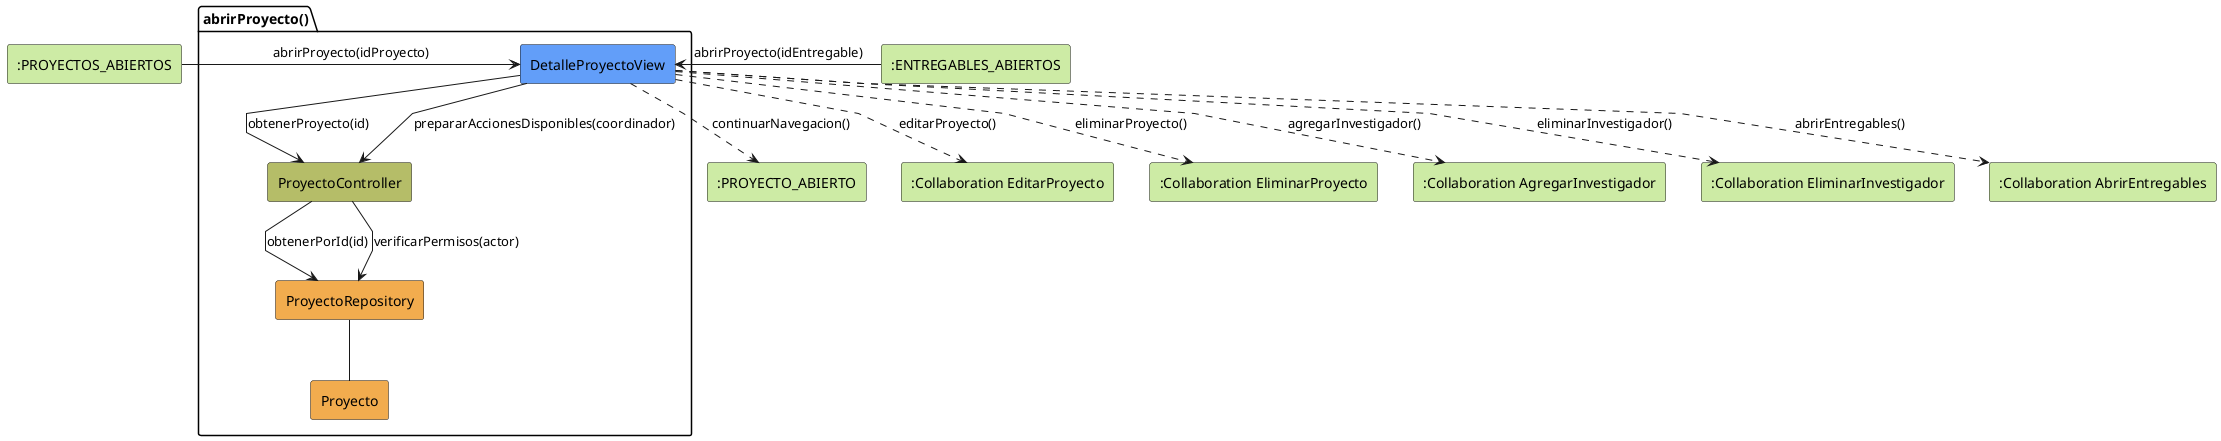
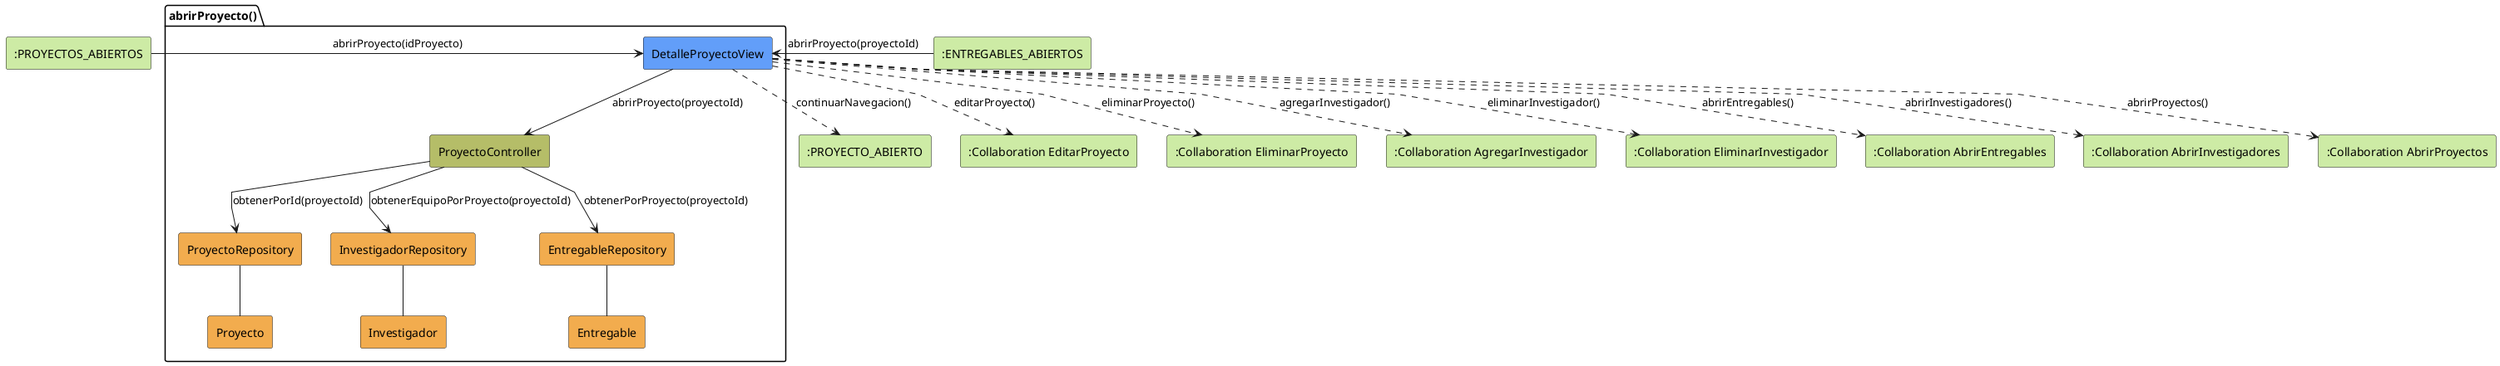
@startuml abrirProyecto-analisis
skinparam linetype polyline

rectangle #CDEBA5 ":PROYECTOS_ABIERTOS" as EstadoEntrada1
rectangle #CDEBA5 ":ENTREGABLES_ABIERTOS" as EstadoEntrada2
package abrirProyecto as "abrirProyecto()" {
    rectangle #629EF9 DetalleProyectoView
    rectangle #b5bd68 ProyectoController
    rectangle #F2AC4E ProyectoRepository
+     rectangle #F2AC4E InvestigadorRepository
+     rectangle #F2AC4E EntregableRepository
    rectangle #F2AC4E Proyecto
+     rectangle #F2AC4E Investigador
+     rectangle #F2AC4E Entregable
}

rectangle #CDEBA5 ":PROYECTO_ABIERTO" as EstadoSalida
rectangle #CDEBA5 ":Collaboration EditarProyecto" as EditarProyecto
rectangle #CDEBA5 ":Collaboration EliminarProyecto" as EliminarProyecto
rectangle #CDEBA5 ":Collaboration AgregarInvestigador" as AgregarInvestigador
rectangle #CDEBA5 ":Collaboration EliminarInvestigador" as EliminarInvestigador
rectangle #CDEBA5 ":Collaboration AbrirEntregables" as AbrirEntregables
+ rectangle #CDEBA5 ":Collaboration AbrirInvestigadores" as AbrirInvestigadores
+ rectangle #CDEBA5 ":Collaboration AbrirProyectos" as AbrirProyectos

EstadoEntrada1 -r-> DetalleProyectoView: abrirProyecto(idProyecto)
- EstadoEntrada2 -r-> DetalleProyectoView: abrirProyecto(idEntregable)
+ EstadoEntrada2 -r-> DetalleProyectoView: abrirProyecto(proyectoId)

- DetalleProyectoView -d-> ProyectoController: obtenerProyecto(id)
- DetalleProyectoView --> ProyectoController: prepararAccionesDisponibles(coordinador)
- ProyectoController --> ProyectoRepository: obtenerPorId(id)
- ProyectoController --> ProyectoRepository: verificarPermisos(actor)
+ DetalleProyectoView -d-> ProyectoController: abrirProyecto(proyectoId)
+ ProyectoController --> ProyectoRepository: obtenerPorId(proyectoId)
+ ProyectoController --> InvestigadorRepository: obtenerEquipoPorProyecto(proyectoId)
+ ProyectoController --> EntregableRepository: obtenerPorProyecto(proyectoId)
ProyectoRepository -- Proyecto
+ InvestigadorRepository -- Investigador
+ EntregableRepository -- Entregable
DetalleProyectoView ..> EstadoSalida: continuarNavegacion()
DetalleProyectoView ..> EditarProyecto: editarProyecto()
DetalleProyectoView ..> EliminarProyecto: eliminarProyecto()
DetalleProyectoView ..> AgregarInvestigador: agregarInvestigador()
DetalleProyectoView ..> EliminarInvestigador: eliminarInvestigador()
DetalleProyectoView ..> AbrirEntregables: abrirEntregables()
+ DetalleProyectoView ..> AbrirInvestigadores: abrirInvestigadores()
+ DetalleProyectoView ..> AbrirProyectos: abrirProyectos()

@enduml
